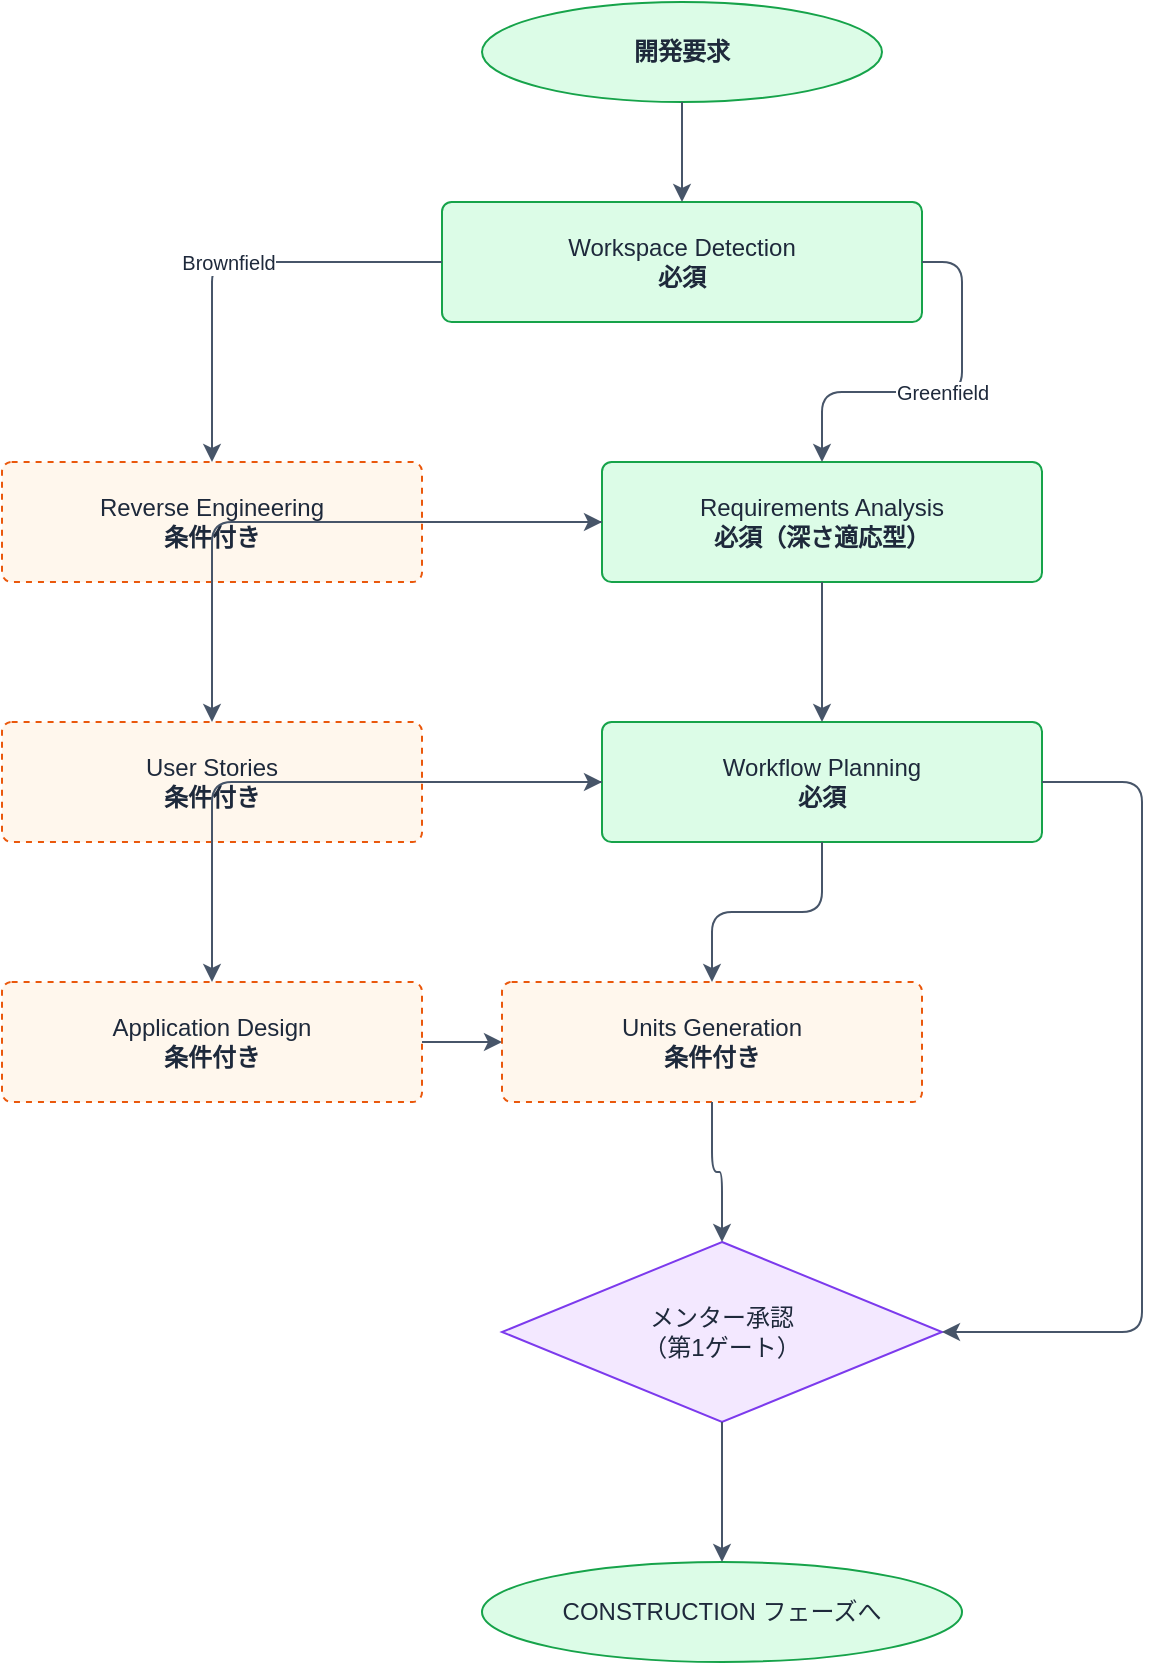
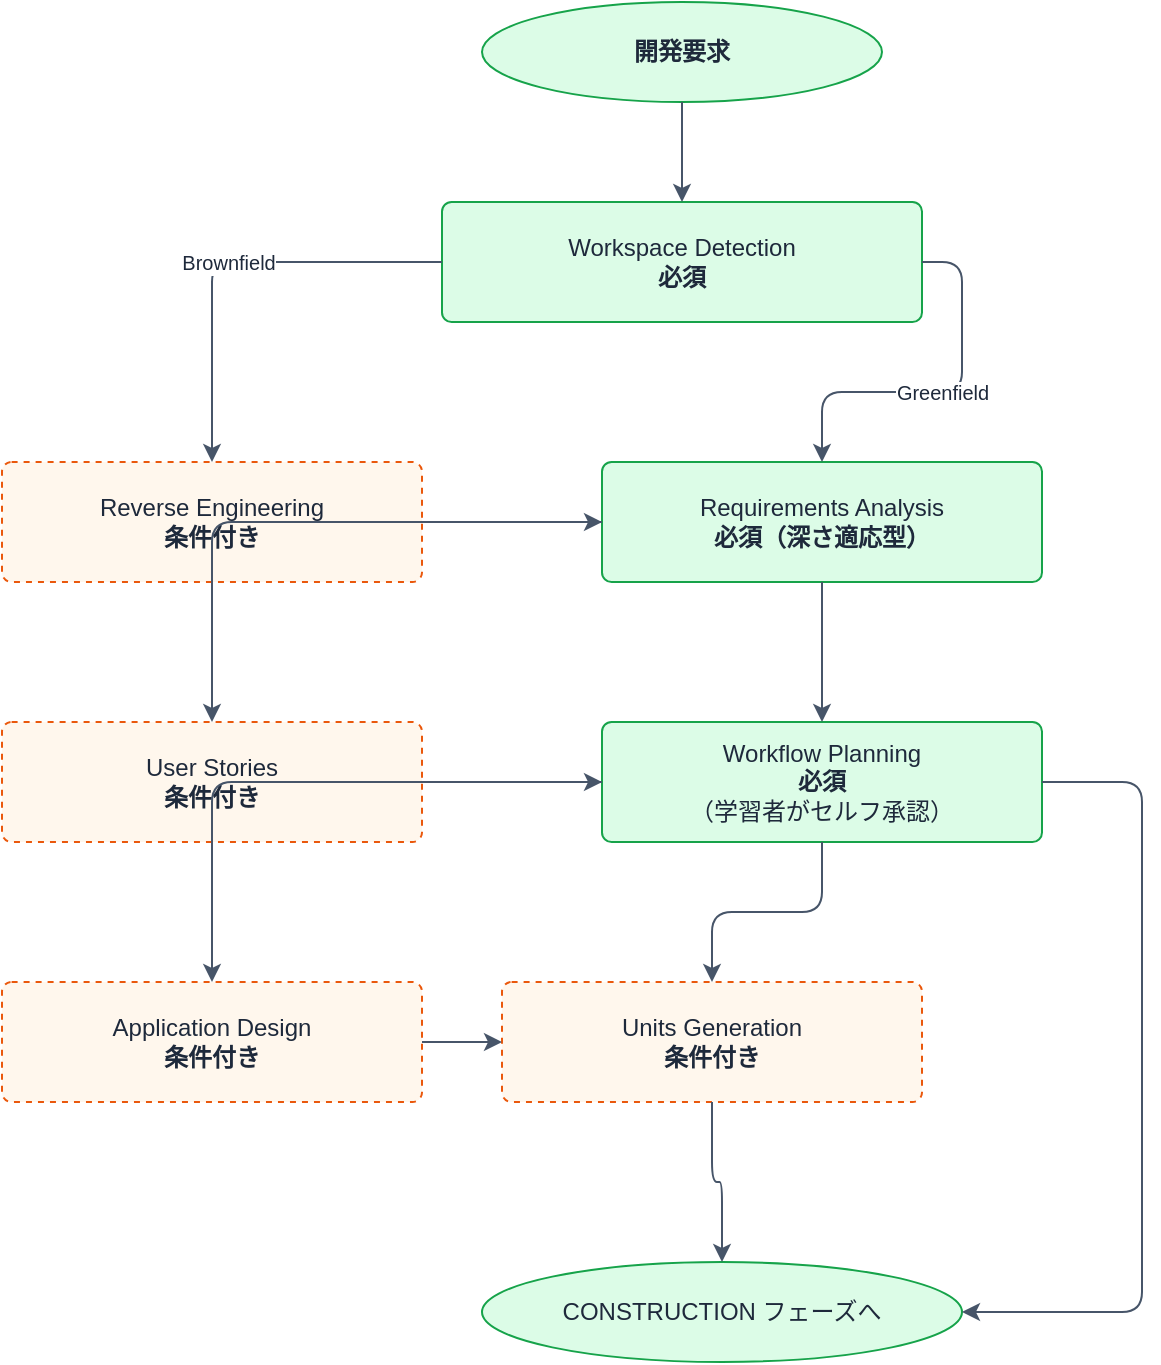
<?xml version="1.0" encoding="UTF-8"?>
<mxfile host="drawio" version="26.0.0">
  <diagram name="INCEPTION フェーズ">
    <mxGraphModel>
      <root>
        <mxCell id="0" />
        <mxCell id="1" parent="0" />
        <!-- 開発要求（開始） -->
        <mxCell id="2" value="開発要求" style="ellipse;whiteSpace=wrap;html=1;fillColor=#DCFCE7;strokeColor=#16A34A;fontColor=#1E293B;fontStyle=1;" vertex="1" parent="1">
          <mxGeometry x="280" y="20" width="200" height="50" as="geometry" />
        </mxCell>
        <!-- Workspace Detection（必須・緑） -->
        <mxCell id="3" value="Workspace Detection&#xa;&lt;b&gt;必須&lt;/b&gt;" style="rounded=1;whiteSpace=wrap;html=1;fillColor=#DCFCE7;strokeColor=#16A34A;fontColor=#1E293B;arcSize=8;" vertex="1" parent="1">
          <mxGeometry x="260" y="120" width="240" height="60" as="geometry" />
        </mxCell>
        <!-- Reverse Engineering（条件付き・オレンジ破線） -->
        <mxCell id="4" value="Reverse Engineering&#xa;&lt;b&gt;条件付き&lt;/b&gt;" style="rounded=1;whiteSpace=wrap;html=1;fillColor=#FFF7ED;strokeColor=#EA580C;fontColor=#1E293B;arcSize=8;dashed=1;" vertex="1" parent="1">
          <mxGeometry x="40" y="250" width="210" height="60" as="geometry" />
        </mxCell>
        <!-- Requirements Analysis（必須・緑） -->
        <mxCell id="5" value="Requirements Analysis&#xa;&lt;b&gt;必須（深さ適応型）&lt;/b&gt;" style="rounded=1;whiteSpace=wrap;html=1;fillColor=#DCFCE7;strokeColor=#16A34A;fontColor=#1E293B;arcSize=8;" vertex="1" parent="1">
          <mxGeometry x="340" y="250" width="220" height="60" as="geometry" />
        </mxCell>
        <!-- User Stories（条件付き・オレンジ破線） -->
        <mxCell id="6" value="User Stories&#xa;&lt;b&gt;条件付き&lt;/b&gt;" style="rounded=1;whiteSpace=wrap;html=1;fillColor=#FFF7ED;strokeColor=#EA580C;fontColor=#1E293B;arcSize=8;dashed=1;" vertex="1" parent="1">
          <mxGeometry x="40" y="380" width="210" height="60" as="geometry" />
        </mxCell>
        <!-- Workflow Planning（必須・緑） -->
-         <mxCell id="7" value="Workflow Planning&#xa;&lt;b&gt;必須&lt;/b&gt;" style="rounded=1;whiteSpace=wrap;html=1;fillColor=#DCFCE7;strokeColor=#16A34A;fontColor=#1E293B;arcSize=8;" vertex="1" parent="1">
+         <mxCell id="7" value="Workflow Planning&#xa;&lt;b&gt;必須&lt;/b&gt;&#xa;（学習者がセルフ承認）" style="rounded=1;whiteSpace=wrap;html=1;fillColor=#DCFCE7;strokeColor=#16A34A;fontColor=#1E293B;arcSize=8;" vertex="1" parent="1">
          <mxGeometry x="340" y="380" width="220" height="60" as="geometry" />
        </mxCell>
        <!-- Application Design（条件付き・オレンジ破線） -->
        <mxCell id="8" value="Application Design&#xa;&lt;b&gt;条件付き&lt;/b&gt;" style="rounded=1;whiteSpace=wrap;html=1;fillColor=#FFF7ED;strokeColor=#EA580C;fontColor=#1E293B;arcSize=8;dashed=1;" vertex="1" parent="1">
          <mxGeometry x="40" y="510" width="210" height="60" as="geometry" />
        </mxCell>
        <!-- Units Generation（条件付き・オレンジ破線） -->
        <mxCell id="9" value="Units Generation&#xa;&lt;b&gt;条件付き&lt;/b&gt;" style="rounded=1;whiteSpace=wrap;html=1;fillColor=#FFF7ED;strokeColor=#EA580C;fontColor=#1E293B;arcSize=8;dashed=1;" vertex="1" parent="1">
          <mxGeometry x="290" y="510" width="210" height="60" as="geometry" />
        </mxCell>
-         <!-- メンター承認 第1ゲート（紫・菱形） -->
-         <mxCell id="10" value="メンター承認&#xa;（第1ゲート）" style="rhombus;whiteSpace=wrap;html=1;fillColor=#F3E8FF;strokeColor=#7C3AED;fontColor=#1E293B;" vertex="1" parent="1">
-           <mxGeometry x="290" y="640" width="220" height="90" as="geometry" />
-         </mxCell>
        <!-- CONSTRUCTION フェーズへ（終了） -->
        <mxCell id="11" value="CONSTRUCTION フェーズへ" style="ellipse;whiteSpace=wrap;html=1;fillColor=#DCFCE7;strokeColor=#16A34A;fontColor=#1E293B;" vertex="1" parent="1">
-           <mxGeometry x="280" y="800" width="240" height="50" as="geometry" />
+           <mxGeometry x="280" y="650" width="240" height="50" as="geometry" />
        </mxCell>
        <!-- Edges -->
        <!-- 開発要求 → WD -->
        <mxCell id="12" value="" style="edgeStyle=orthogonalEdgeStyle;rounded=1;orthogonalLoop=1;jettySize=auto;html=1;strokeColor=#475569;" edge="1" parent="1" source="2" target="3">
          <mxGeometry relative="1" as="geometry" />
        </mxCell>
        <!-- WD → RE（Brownfield） -->
        <mxCell id="13" value="Brownfield" style="edgeStyle=orthogonalEdgeStyle;rounded=1;orthogonalLoop=1;jettySize=auto;html=1;strokeColor=#475569;fontColor=#1E293B;fontSize=10;exitX=0;exitY=0.5;exitDx=0;exitDy=0;entryX=0.5;entryY=0;entryDx=0;entryDy=0;" edge="1" parent="1" source="3" target="4">
          <mxGeometry relative="1" as="geometry" />
        </mxCell>
        <!-- WD → RA（Greenfield） -->
        <mxCell id="14" value="Greenfield" style="edgeStyle=orthogonalEdgeStyle;rounded=1;orthogonalLoop=1;jettySize=auto;html=1;strokeColor=#475569;fontColor=#1E293B;fontSize=10;exitX=1;exitY=0.5;exitDx=0;exitDy=0;entryX=0.5;entryY=0;entryDx=0;entryDy=0;" edge="1" parent="1" source="3" target="5">
          <mxGeometry relative="1" as="geometry" />
        </mxCell>
        <!-- RE → RA -->
        <mxCell id="15" value="" style="edgeStyle=orthogonalEdgeStyle;rounded=1;orthogonalLoop=1;jettySize=auto;html=1;strokeColor=#475569;exitX=1;exitY=0.5;exitDx=0;exitDy=0;entryX=0;entryY=0.5;entryDx=0;entryDy=0;" edge="1" parent="1" source="4" target="5">
          <mxGeometry relative="1" as="geometry" />
        </mxCell>
        <!-- RA → US（条件付き） -->
        <mxCell id="16" value="" style="edgeStyle=orthogonalEdgeStyle;rounded=1;orthogonalLoop=1;jettySize=auto;html=1;strokeColor=#475569;exitX=0;exitY=0.5;exitDx=0;exitDy=0;entryX=0.5;entryY=0;entryDx=0;entryDy=0;" edge="1" parent="1" source="5" target="6">
          <mxGeometry relative="1" as="geometry" />
        </mxCell>
        <!-- RA → WP -->
        <mxCell id="17" value="" style="edgeStyle=orthogonalEdgeStyle;rounded=1;orthogonalLoop=1;jettySize=auto;html=1;strokeColor=#475569;exitX=0.5;exitY=1;exitDx=0;exitDy=0;entryX=0.5;entryY=0;entryDx=0;entryDy=0;" edge="1" parent="1" source="5" target="7">
          <mxGeometry relative="1" as="geometry" />
        </mxCell>
        <!-- US → WP -->
        <mxCell id="18" value="" style="edgeStyle=orthogonalEdgeStyle;rounded=1;orthogonalLoop=1;jettySize=auto;html=1;strokeColor=#475569;exitX=1;exitY=0.5;exitDx=0;exitDy=0;entryX=0;entryY=0.5;entryDx=0;entryDy=0;" edge="1" parent="1" source="6" target="7">
          <mxGeometry relative="1" as="geometry" />
        </mxCell>
        <!-- WP → AD（条件付き） -->
        <mxCell id="19" value="" style="edgeStyle=orthogonalEdgeStyle;rounded=1;orthogonalLoop=1;jettySize=auto;html=1;strokeColor=#475569;exitX=0;exitY=0.5;exitDx=0;exitDy=0;entryX=0.5;entryY=0;entryDx=0;entryDy=0;" edge="1" parent="1" source="7" target="8">
          <mxGeometry relative="1" as="geometry" />
        </mxCell>
        <!-- WP → UG（条件付き） -->
        <mxCell id="20" value="" style="edgeStyle=orthogonalEdgeStyle;rounded=1;orthogonalLoop=1;jettySize=auto;html=1;strokeColor=#475569;exitX=0.5;exitY=1;exitDx=0;exitDy=0;entryX=0.5;entryY=0;entryDx=0;entryDy=0;" edge="1" parent="1" source="7" target="9">
          <mxGeometry relative="1" as="geometry" />
        </mxCell>
-         <!-- WP → G1（直接バイパス） -->
-         <mxCell id="21" value="" style="edgeStyle=orthogonalEdgeStyle;rounded=1;orthogonalLoop=1;jettySize=auto;html=1;strokeColor=#475569;exitX=1;exitY=0.5;exitDx=0;exitDy=0;entryX=1;entryY=0.5;entryDx=0;entryDy=0;" edge="1" parent="1" source="7" target="10">
+         <!-- WP → CONST（直接バイパス） -->
+         <mxCell id="21" value="" style="edgeStyle=orthogonalEdgeStyle;rounded=1;orthogonalLoop=1;jettySize=auto;html=1;strokeColor=#475569;exitX=1;exitY=0.5;exitDx=0;exitDy=0;entryX=1;entryY=0.5;entryDx=0;entryDy=0;" edge="1" parent="1" source="7" target="11">
          <mxGeometry relative="1" as="geometry">
            <Array as="points">
              <mxPoint x="610" y="410" />
-               <mxPoint x="610" y="685" />
+               <mxPoint x="610" y="675" />
            </Array>
          </mxGeometry>
        </mxCell>
        <!-- AD → UG -->
        <mxCell id="22" value="" style="edgeStyle=orthogonalEdgeStyle;rounded=1;orthogonalLoop=1;jettySize=auto;html=1;strokeColor=#475569;exitX=1;exitY=0.5;exitDx=0;exitDy=0;entryX=0;entryY=0.5;entryDx=0;entryDy=0;" edge="1" parent="1" source="8" target="9">
          <mxGeometry relative="1" as="geometry" />
        </mxCell>
-         <!-- UG → G1 -->
-         <mxCell id="23" value="" style="edgeStyle=orthogonalEdgeStyle;rounded=1;orthogonalLoop=1;jettySize=auto;html=1;strokeColor=#475569;exitX=0.5;exitY=1;exitDx=0;exitDy=0;entryX=0.5;entryY=0;entryDx=0;entryDy=0;" edge="1" parent="1" source="9" target="10">
-           <mxGeometry relative="1" as="geometry" />
-         </mxCell>
-         <!-- G1 → CONST -->
-         <mxCell id="24" value="" style="edgeStyle=orthogonalEdgeStyle;rounded=1;orthogonalLoop=1;jettySize=auto;html=1;strokeColor=#475569;" edge="1" parent="1" source="10" target="11">
+         <!-- UG → CONST -->
+         <mxCell id="23" value="" style="edgeStyle=orthogonalEdgeStyle;rounded=1;orthogonalLoop=1;jettySize=auto;html=1;strokeColor=#475569;exitX=0.5;exitY=1;exitDx=0;exitDy=0;entryX=0.5;entryY=0;entryDx=0;entryDy=0;" edge="1" parent="1" source="9" target="11">
          <mxGeometry relative="1" as="geometry" />
        </mxCell>
      </root>
    </mxGraphModel>
  </diagram>
</mxfile>
